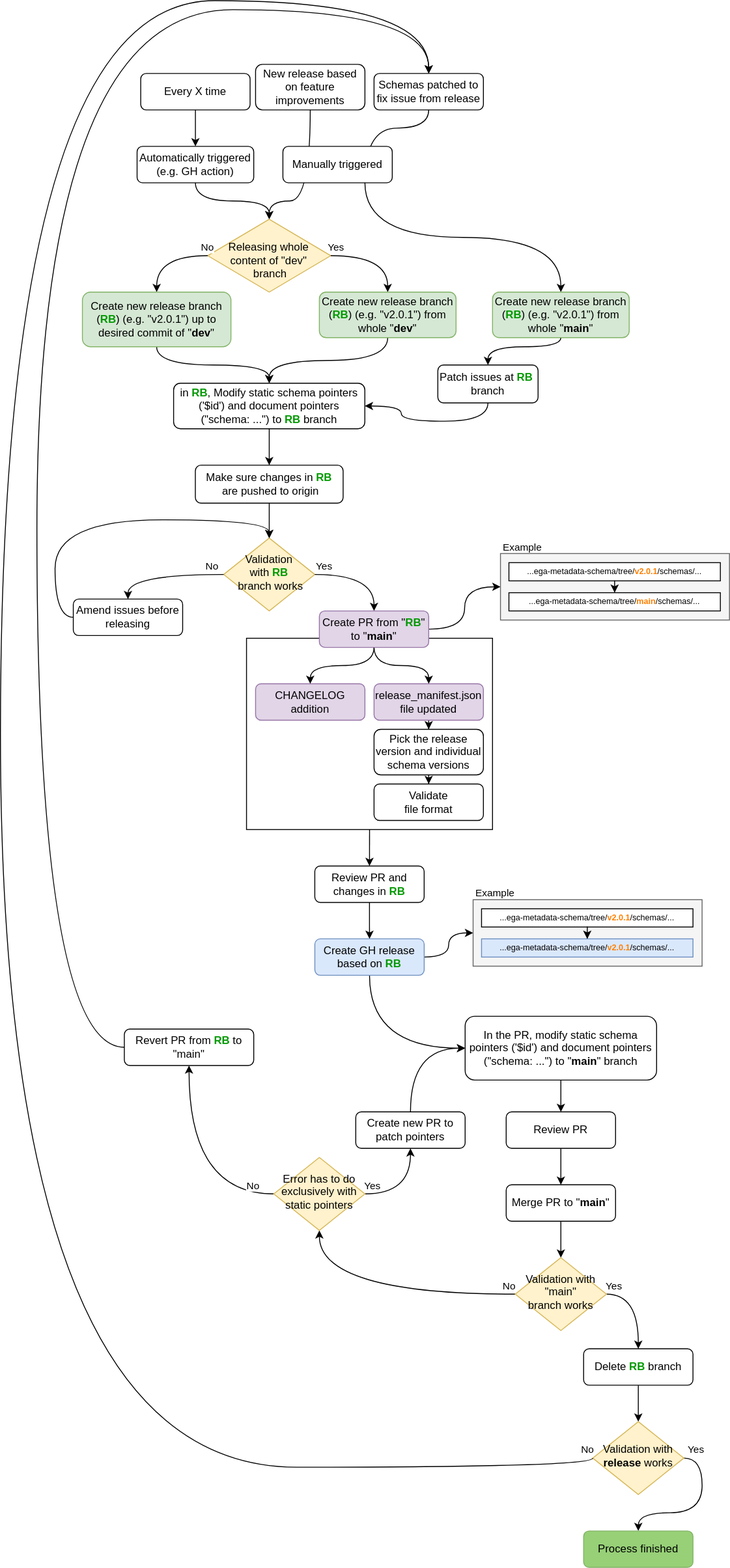
Earlier version of the draw.io export docs/releases/images/Release_workflow_diagram.svg (EbiEga/ega-metadata-schema). Source tidied: cells renumbered, new cells last; positions are measured from the earlier drawing's top-left corner, leaving out a move shared by most shapes.
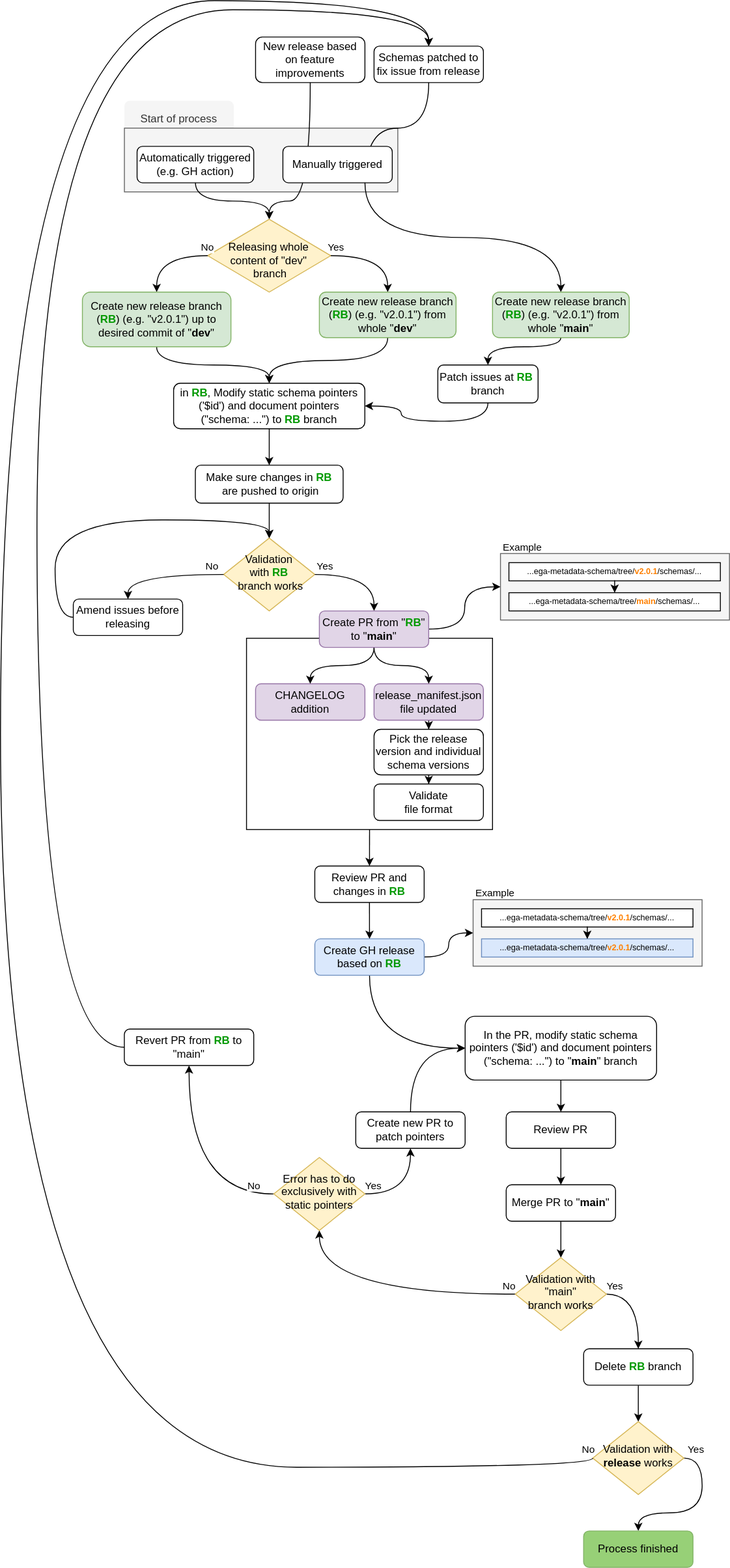
The same file after the commit.

Commit message:
EE-2412 - Addresses https://github.com/EbiEga/ega-metadata-schema/pull/71#discussion_r1137006411 and https://github.com/EbiEga/ega-metadata-schema/pull/71#discussion_r1137014219

The edit, as a diff of the source:
```diff
@@ -2,6 +2,12 @@
   <root>
     <mxCell id="0" />
     <mxCell id="1" parent="0" />
+    <mxCell id="92" value="Start of process" style="rounded=1;whiteSpace=wrap;html=1;fontSize=12;glass=0;strokeWidth=1;shadow=0;fillColor=#f5f5f5;strokeColor=none;fontColor=#333333;" parent="1" vertex="1">
+      <mxGeometry x="136" y="110" width="120" height="40" as="geometry" />
+    </mxCell>
+    <mxCell id="93" style="rounded=0;whiteSpace=wrap;html=1;fillColor=#f5f5f5;strokeColor=#666666;fontColor=#333333;" parent="1" vertex="1">
+      <mxGeometry x="136" y="140" width="300" height="70" as="geometry" />
+    </mxCell>
     <mxCell id="2" style="edgeStyle=orthogonalEdgeStyle;curved=1;rounded=0;jettySize=auto;html=1;entryX=0.5;entryY=0;entryDx=0;entryDy=0;exitX=0.5;exitY=1;exitDx=0;exitDy=0;" parent="1" edge="1" source="39" target="60">
       <mxGeometry relative="1" as="geometry" />
     </mxCell>
@@ -17,12 +23,6 @@
     <mxCell id="6" value="Automatically triggered (e.g. GH action)" style="rounded=1;whiteSpace=wrap;html=1;fontSize=12;glass=0;strokeWidth=1;shadow=0;" parent="1" vertex="1">
       <mxGeometry x="149.9" y="160" width="128" height="40" as="geometry" />
     </mxCell>
-    <mxCell id="7" style="edgeStyle=orthogonalEdgeStyle;rounded=0;jettySize=auto;html=1;curved=1;" parent="1" edge="1" source="8" target="6">
-      <mxGeometry relative="1" as="geometry" />
-    </mxCell>
-    <mxCell id="8" value="Every X time" style="rounded=1;whiteSpace=wrap;html=1;fontSize=12;glass=0;strokeWidth=1;shadow=0;" parent="1" vertex="1">
-      <mxGeometry x="153.9" y="80" width="120" height="40" as="geometry" />
-    </mxCell>
     <mxCell id="9" style="edgeStyle=orthogonalEdgeStyle;rounded=0;jettySize=auto;html=1;curved=1;entryX=0.5;entryY=0;entryDx=0;entryDy=0;exitX=0.5;exitY=1;exitDx=0;exitDy=0;" parent="1" edge="1" source="10" target="43">
       <mxGeometry relative="1" as="geometry">
         <Array as="points">
@@ -34,7 +34,7 @@
       </mxGeometry>
     </mxCell>
     <mxCell id="10" value="Schemas patched to fix issue from release" style="rounded=1;whiteSpace=wrap;html=1;fontSize=12;glass=0;strokeWidth=1;shadow=0;" parent="1" vertex="1">
-      <mxGeometry x="409.9" y="80" width="120" height="40" as="geometry" />
+      <mxGeometry x="409.9" y="50" width="120" height="40" as="geometry" />
     </mxCell>
     <mxCell id="11" style="edgeStyle=orthogonalEdgeStyle;curved=1;rounded=0;jettySize=auto;html=1;entryX=0.5;entryY=0;entryDx=0;entryDy=0;startArrow=none;startFill=0;endArrow=classic;endFill=1;exitX=0;exitY=0.5;exitDx=0;exitDy=0;" parent="1" edge="1" source="14" target="10">
       <mxGeometry relative="1" as="geometry">
@@ -150,7 +150,7 @@
       </mxGeometry>
     </mxCell>
     <mxCell id="41" value="New release based on feature improvements" style="rounded=1;whiteSpace=wrap;html=1;fontSize=12;glass=0;strokeWidth=1;shadow=0;" parent="1" vertex="1">
-      <mxGeometry x="279.9" y="70" width="120" height="50" as="geometry" />
+      <mxGeometry x="279.9" y="40" width="120" height="50" as="geometry" />
     </mxCell>
     <mxCell id="42" style="edgeStyle=orthogonalEdgeStyle;curved=1;rounded=0;jettySize=auto;html=1;entryX=0.5;entryY=0;entryDx=0;entryDy=0;" parent="1" edge="1" source="43" target="46">
       <mxGeometry relative="1" as="geometry">
```
